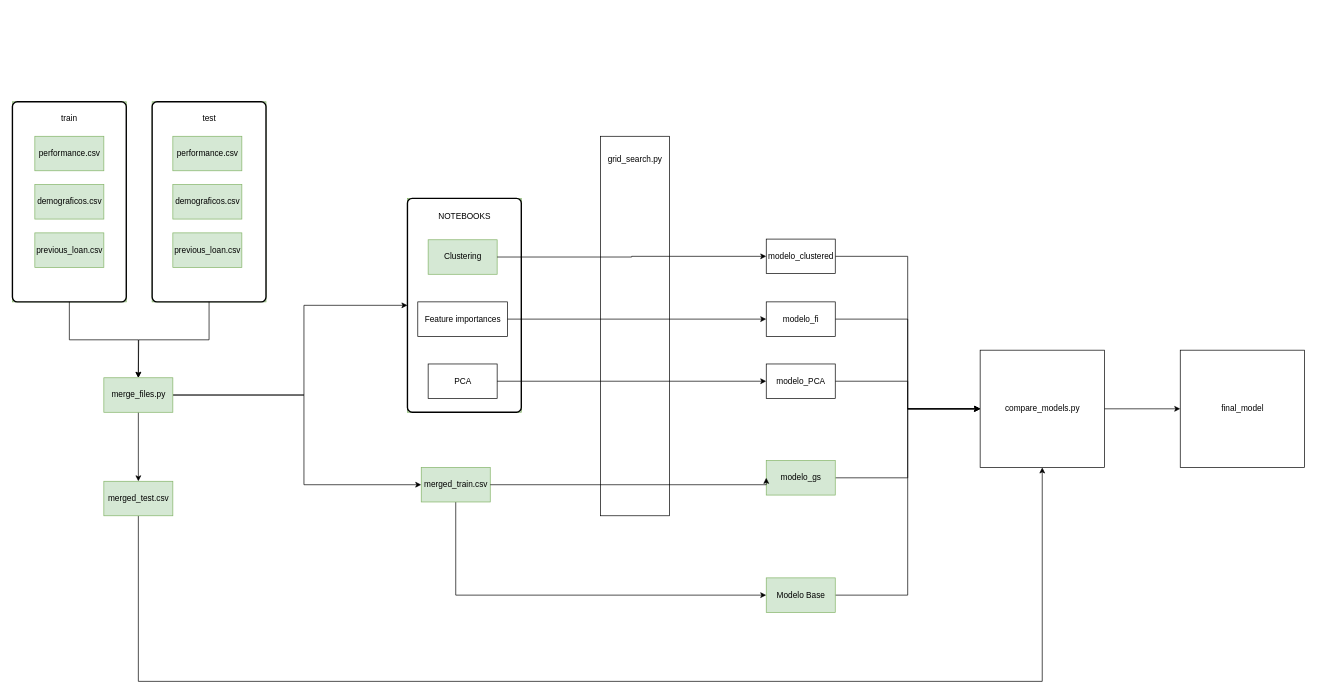
This is info/flowchart.drawio from medinaltbx/G6_DP3, a draw.io file, before an edit. Source tidied: cells renumbered, new cells numbered last; positions are measured from the earlier drawing's top-left corner, leaving out a move shared by most shapes. Both pictures are drawn from the tidied source at 69%, with x=0, y=0 at pixel (12, 101).
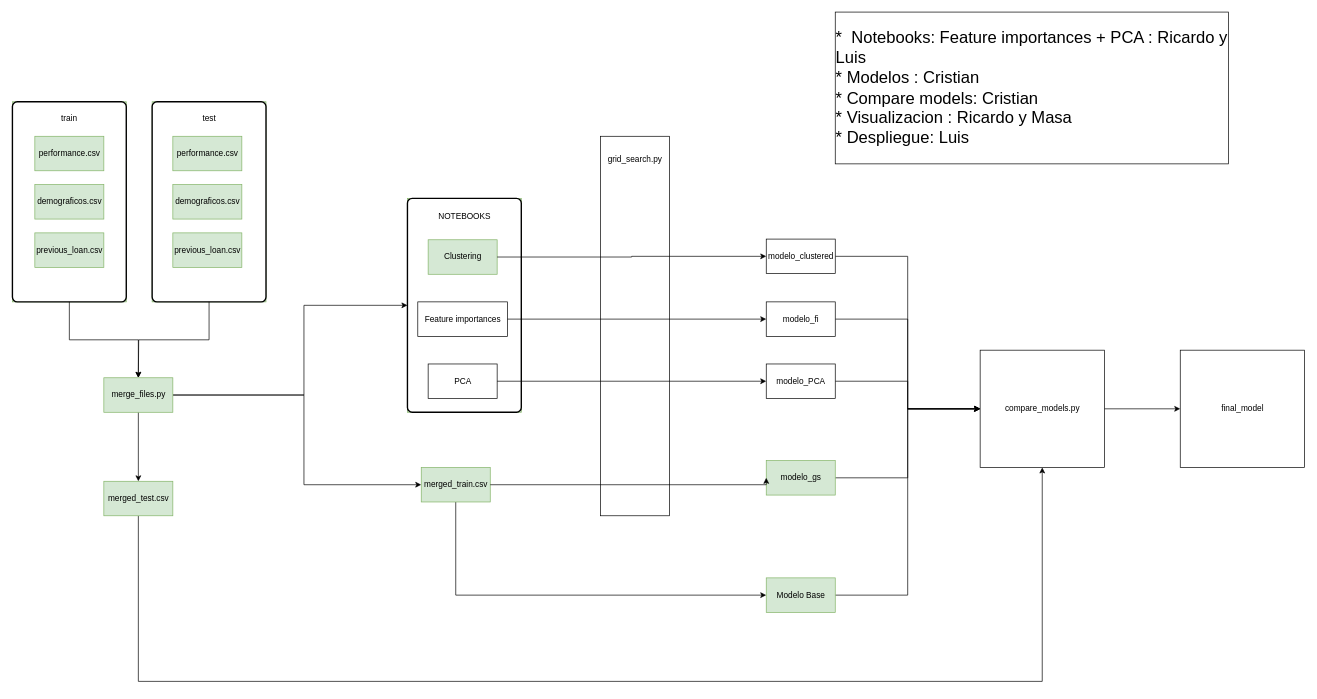
Above is the later version.

Change to the diagram source:
```diff
@@
+    <mxCell id="51" value="&lt;div style=&quot;text-align: left&quot;&gt;&lt;span style=&quot;font-size: 24px&quot;&gt;*&amp;nbsp; Notebooks: Feature importances + PCA : Ricardo y Luis&lt;/span&gt;&lt;/div&gt;&lt;font style=&quot;font-size: 24px&quot;&gt;&lt;div style=&quot;text-align: left&quot;&gt;&lt;span&gt;* Modelos : Cristian&lt;/span&gt;&lt;/div&gt;&lt;div style=&quot;text-align: left&quot;&gt;&lt;span&gt;* Compare models: Cristian&lt;/span&gt;&lt;/div&gt;&lt;div style=&quot;text-align: left&quot;&gt;&lt;span&gt;* Visualizacion : Ricardo y Masa&lt;/span&gt;&lt;/div&gt;&lt;div style=&quot;text-align: left&quot;&gt;&lt;span&gt;* Despliegue: Luis&lt;/span&gt;&lt;/div&gt;&lt;/font&gt;" style="whiteSpace=wrap;html=1;" parent="1" vertex="1">
+      <mxGeometry x="1192" y="-130" width="570" height="220" as="geometry" />
+    </mxCell>
```
